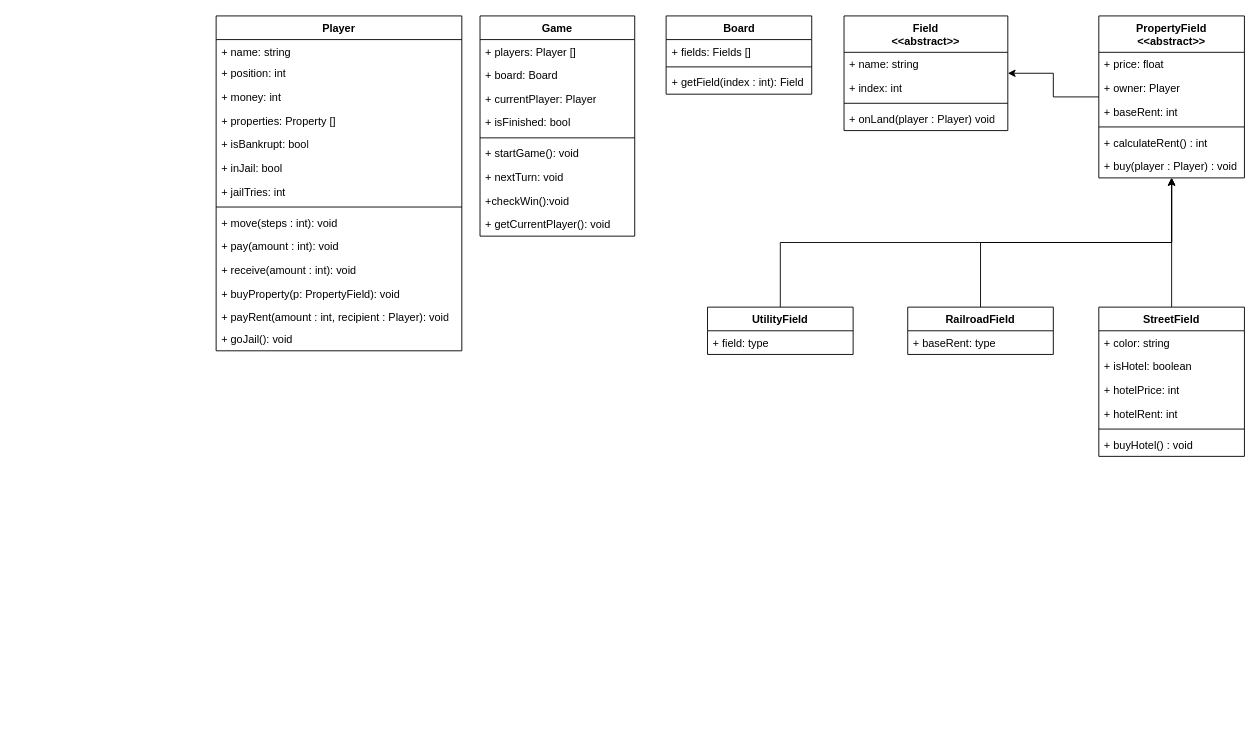
Above: Doku/uml.drawio in TSmajli/Monopoly (draw.io), before the change. Source tidied: cells renumbered, new cells numbered last; positions are measured from the earlier drawing's top-left corner, leaving out a move shared by most shapes. Both pictures are drawn from the tidied source at 91%, with x=0, y=0 at pixel (216, 15).
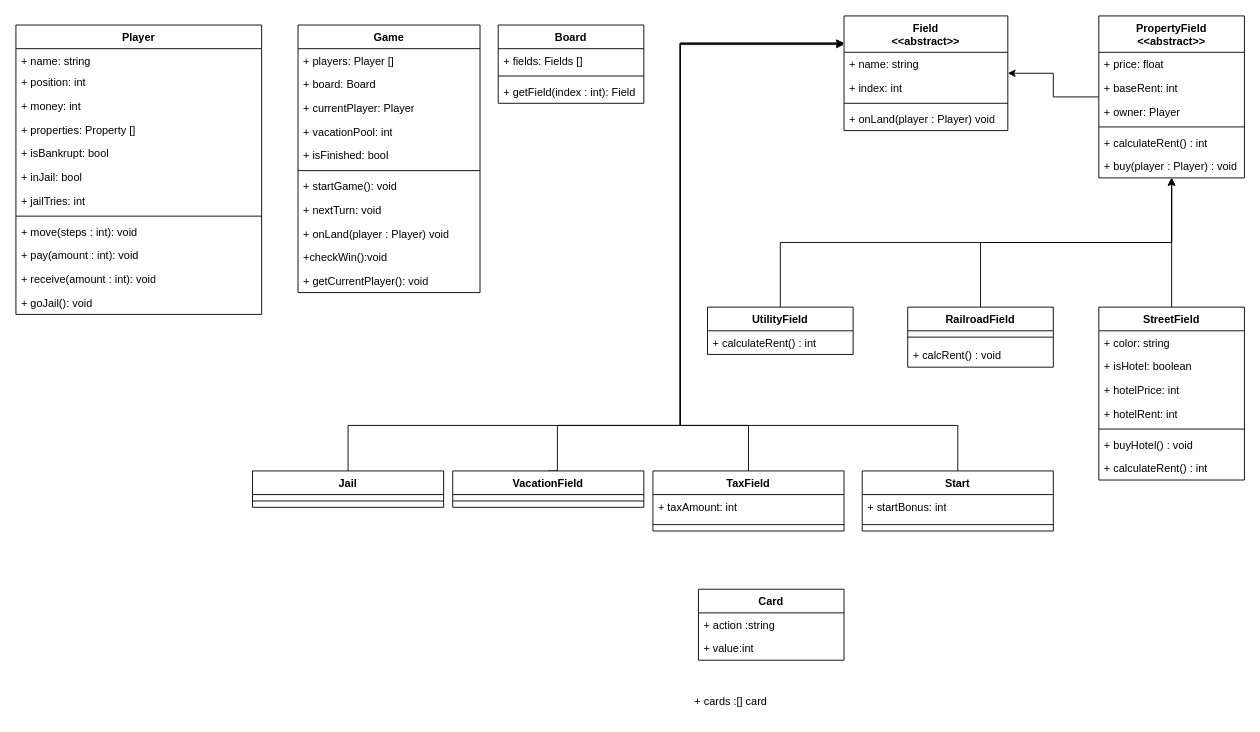
Above is the later version.

The change refers to these unchanged cells:
```xml
<mxCell id="31" value="Field&lt;div&gt;&amp;lt;&amp;lt;abstract&amp;gt;&amp;gt;&lt;/div&gt;" style="swimlane;fontStyle=1;align=center;verticalAlign=top;horizontal=1;startSize=40;whiteSpace=wrap;html=1;" parent="1" vertex="1">
  <mxGeometry x="690" width="180" height="126" as="geometry" />
</mxCell>
<mxCell id="37" value="PropertyField&lt;div&gt;&amp;lt;&amp;lt;abstract&amp;gt;&amp;gt;&lt;/div&gt;" style="swimlane;fontStyle=1;align=center;verticalAlign=top;horizontal=1;startSize=40;whiteSpace=wrap;html=1;" parent="1" vertex="1">
  <mxGeometry x="970" width="160" height="178" as="geometry" />
</mxCell>
<mxCell id="56" value="UtilityField" style="swimlane;fontStyle=1;align=center;verticalAlign=top;horizontal=1;startSize=26;whiteSpace=wrap;html=1;" parent="1" vertex="1">
  <mxGeometry x="540" y="320" width="160" height="52" as="geometry" />
</mxCell>
```

Change to the diagram source:
```diff
@@
     <mxCell id="2" value="Player" style="swimlane;fontStyle=1;align=center;verticalAlign=top;horizontal=1;startSize=26;whiteSpace=wrap;html=1;" parent="1" vertex="1">
-      <mxGeometry width="270" height="368" as="geometry" />
+      <mxGeometry x="-220" y="10" width="270" height="318" as="geometry" />
     </mxCell>
@@
-    <mxCell id="14" value="+ buyProperty(p: PropertyField): void" style="text;strokeColor=none;fillColor=none;align=left;verticalAlign=top;spacingLeft=4;spacingRight=4;overflow=hidden;whiteSpace=wrap;html=1;" parent="2" vertex="1">
-      <mxGeometry y="292" width="270" height="26" as="geometry" />
-    </mxCell>
-    <mxCell id="15" value="+ payRent(amount : int, recipient : Player): void" style="text;strokeColor=none;fillColor=none;align=left;verticalAlign=top;spacingLeft=4;spacingRight=4;overflow=hidden;whiteSpace=wrap;html=1;" parent="2" vertex="1">
-      <mxGeometry y="318" width="270" height="24" as="geometry" />
-    </mxCell>
     <mxCell id="16" value="+ goJail(): void" style="text;strokeColor=none;fillColor=none;align=left;verticalAlign=top;spacingLeft=4;spacingRight=4;overflow=hidden;whiteSpace=wrap;html=1;" parent="2" vertex="1">
-      <mxGeometry y="342" width="270" height="26" as="geometry" />
+      <mxGeometry y="292" width="270" height="26" as="geometry" />
     </mxCell>
     <mxCell id="17" value="Game" style="swimlane;fontStyle=1;align=center;verticalAlign=top;horizontal=1;startSize=26;whiteSpace=wrap;html=1;" parent="1" vertex="1">
-      <mxGeometry x="290" width="170" height="242" as="geometry" />
+      <mxGeometry x="90" y="10" width="200" height="294" as="geometry" />
     </mxCell>
     <mxCell id="18" value="+ players: Player []" style="text;strokeColor=none;fillColor=none;align=left;verticalAlign=top;spacingLeft=4;spacingRight=4;overflow=hidden;whiteSpace=wrap;html=1;" parent="17" vertex="1">
-      <mxGeometry y="26" width="170" height="26" as="geometry" />
+      <mxGeometry y="26" width="200" height="26" as="geometry" />
     </mxCell>
     <mxCell id="19" value="+ board: Board" style="text;strokeColor=none;fillColor=none;align=left;verticalAlign=top;spacingLeft=4;spacingRight=4;overflow=hidden;whiteSpace=wrap;html=1;" parent="17" vertex="1">
-      <mxGeometry y="52" width="170" height="26" as="geometry" />
+      <mxGeometry y="52" width="200" height="26" as="geometry" />
     </mxCell>
     <mxCell id="20" value="+ currentPlayer: Player" style="text;strokeColor=none;fillColor=none;align=left;verticalAlign=top;spacingLeft=4;spacingRight=4;overflow=hidden;whiteSpace=wrap;html=1;" parent="17" vertex="1">
-      <mxGeometry y="78" width="170" height="26" as="geometry" />
+      <mxGeometry y="78" width="200" height="26" as="geometry" />
     </mxCell>
+    <mxCell id="58" value="+ vacationPool: int" style="text;strokeColor=none;fillColor=none;align=left;verticalAlign=top;spacingLeft=4;spacingRight=4;overflow=hidden;whiteSpace=wrap;html=1;" parent="17" vertex="1">
+      <mxGeometry y="104" width="200" height="26" as="geometry" />
+    </mxCell>
     <mxCell id="21" value="+ isFinished: bool" style="text;strokeColor=none;fillColor=none;align=left;verticalAlign=top;spacingLeft=4;spacingRight=4;overflow=hidden;whiteSpace=wrap;html=1;" parent="17" vertex="1">
-      <mxGeometry y="104" width="170" height="26" as="geometry" />
+      <mxGeometry y="130" width="200" height="26" as="geometry" />
     </mxCell>
     <mxCell id="22" style="line;strokeWidth=1;fillColor=none;align=left;verticalAlign=middle;spacingTop=-1;spacingLeft=3;spacingRight=3;labelPosition=right;strokeColor=inherit;" parent="17" vertex="1">
-      <mxGeometry y="130" width="170" height="8" as="geometry" />
+      <mxGeometry y="156" width="200" height="8" as="geometry" />
     </mxCell>
     <mxCell id="23" value="+ startGame(): void" style="text;strokeColor=none;fillColor=none;align=left;verticalAlign=top;spacingLeft=4;spacingRight=4;overflow=hidden;whiteSpace=wrap;html=1;" parent="17" vertex="1">
-      <mxGeometry y="138" width="170" height="26" as="geometry" />
+      <mxGeometry y="164" width="200" height="26" as="geometry" />
     </mxCell>
     <mxCell id="24" value="+ nextTurn: void" style="text;strokeColor=none;fillColor=none;align=left;verticalAlign=top;spacingLeft=4;spacingRight=4;overflow=hidden;whiteSpace=wrap;html=1;" parent="17" vertex="1">
-      <mxGeometry y="164" width="170" height="26" as="geometry" />
+      <mxGeometry y="190" width="200" height="26" as="geometry" />
     </mxCell>
+    <mxCell id="35" value="+ onLand(player : Player) void" style="text;strokeColor=none;fillColor=none;align=left;verticalAlign=top;spacingLeft=4;spacingRight=4;overflow=hidden;whiteSpace=wrap;html=1;" parent="17" vertex="1">
+      <mxGeometry y="216" width="200" height="26" as="geometry" />
+    </mxCell>
     <mxCell id="25" value="+checkWin():void&lt;span style=&quot;white-space: pre;&quot;&gt;&#9;&lt;/span&gt;" style="text;strokeColor=none;fillColor=none;align=left;verticalAlign=top;spacingLeft=4;spacingRight=4;overflow=hidden;whiteSpace=wrap;html=1;" parent="17" vertex="1">
-      <mxGeometry y="190" width="170" height="26" as="geometry" />
+      <mxGeometry y="242" width="200" height="26" as="geometry" />
     </mxCell>
     <mxCell id="26" value="+ getCurrentPlayer(): void" style="text;strokeColor=none;fillColor=none;align=left;verticalAlign=top;spacingLeft=4;spacingRight=4;overflow=hidden;whiteSpace=wrap;html=1;" parent="17" vertex="1">
-      <mxGeometry y="216" width="170" height="26" as="geometry" />
+      <mxGeometry y="268" width="200" height="26" as="geometry" />
     </mxCell>
     <mxCell id="27" value="Board" style="swimlane;fontStyle=1;align=center;verticalAlign=top;horizontal=1;startSize=26;whiteSpace=wrap;html=1;" parent="1" vertex="1">
-      <mxGeometry x="494.5" width="160" height="86" as="geometry" />
+      <mxGeometry x="310" y="10" width="160" height="86" as="geometry" />
     </mxCell>
@@
-    <mxCell id="35" value="+ onLand(player : Player) void" style="text;strokeColor=none;fillColor=none;align=left;verticalAlign=top;spacingLeft=4;spacingRight=4;overflow=hidden;whiteSpace=wrap;html=1;" parent="31" vertex="1">
-      <mxGeometry y="100" width="180" height="26" as="geometry" />
-    </mxCell>
+    <mxCell id="59" value="+ onLand(player : Player) void" style="text;strokeColor=none;fillColor=none;align=left;verticalAlign=top;spacingLeft=4;spacingRight=4;overflow=hidden;whiteSpace=wrap;html=1;" parent="31" vertex="1">
+      <mxGeometry y="100" width="180" height="26" as="geometry" />
+    </mxCell>
@@
+    <mxCell id="54" value="+ baseRent: int&lt;div&gt;&lt;br&gt;&lt;/div&gt;" style="text;strokeColor=none;fillColor=none;align=left;verticalAlign=top;spacingLeft=4;spacingRight=4;overflow=hidden;whiteSpace=wrap;html=1;" parent="37" vertex="1">
+      <mxGeometry y="66" width="160" height="26" as="geometry" />
+    </mxCell>
     <mxCell id="39" value="+ owner: Player" style="text;strokeColor=none;fillColor=none;align=left;verticalAlign=top;spacingLeft=4;spacingRight=4;overflow=hidden;whiteSpace=wrap;html=1;" parent="37" vertex="1">
-      <mxGeometry y="66" width="160" height="26" as="geometry" />
+      <mxGeometry y="92" width="160" height="26" as="geometry" />
     </mxCell>
-    <mxCell id="40" value="+ baseRent: int" style="text;strokeColor=none;fillColor=none;align=left;verticalAlign=top;spacingLeft=4;spacingRight=4;overflow=hidden;whiteSpace=wrap;html=1;" parent="37" vertex="1">
-      <mxGeometry y="92" width="160" height="26" as="geometry" />
-    </mxCell>
@@
     <mxCell id="45" value="StreetF&lt;span style=&quot;background-color: transparent; color: light-dark(rgb(0, 0, 0), rgb(255, 255, 255));&quot;&gt;ield&lt;/span&gt;" style="swimlane;fontStyle=1;align=center;verticalAlign=top;horizontal=1;startSize=26;whiteSpace=wrap;html=1;" parent="1" vertex="1">
-      <mxGeometry x="970" y="320" width="160" height="164" as="geometry" />
+      <mxGeometry x="970" y="320" width="160" height="190" as="geometry" />
     </mxCell>
@@
+    <mxCell id="60" value="+ calculateRent() : int" style="text;strokeColor=none;fillColor=none;align=left;verticalAlign=top;spacingLeft=4;spacingRight=4;overflow=hidden;whiteSpace=wrap;html=1;" parent="45" vertex="1">
+      <mxGeometry y="164" width="160" height="26" as="geometry" />
+    </mxCell>
@@
     <mxCell id="53" value="RailroadField" style="swimlane;fontStyle=1;align=center;verticalAlign=top;horizontal=1;startSize=26;whiteSpace=wrap;html=1;" parent="1" vertex="1">
-      <mxGeometry x="760" y="320" width="160" height="52" as="geometry" />
+      <mxGeometry x="760" y="320" width="160" height="66" as="geometry" />
     </mxCell>
-    <mxCell id="54" value="+ baseRent: type" style="text;strokeColor=none;fillColor=none;align=left;verticalAlign=top;spacingLeft=4;spacingRight=4;overflow=hidden;whiteSpace=wrap;html=1;" parent="53" vertex="1">
-      <mxGeometry y="26" width="160" height="26" as="geometry" />
-    </mxCell>
+    <mxCell id="61" style="line;strokeWidth=1;fillColor=none;align=left;verticalAlign=middle;spacingTop=-1;spacingLeft=3;spacingRight=3;labelPosition=right;strokeColor=inherit;" parent="53" vertex="1">
+      <mxGeometry y="26" width="160" height="14" as="geometry" />
+    </mxCell>
+    <mxCell id="62" value="+ calcRent() : void" style="text;strokeColor=none;fillColor=none;align=left;verticalAlign=top;spacingLeft=4;spacingRight=4;overflow=hidden;whiteSpace=wrap;html=1;" parent="53" vertex="1">
+      <mxGeometry y="40" width="160" height="26" as="geometry" />
+    </mxCell>
@@
+    <mxCell id="63" value="+ calculateRent() : int" style="text;strokeColor=none;fillColor=none;align=left;verticalAlign=top;spacingLeft=4;spacingRight=4;overflow=hidden;whiteSpace=wrap;html=1;" parent="56" vertex="1">
+      <mxGeometry y="26" width="160" height="26" as="geometry" />
+    </mxCell>
+    <mxCell id="64" value="Card" style="swimlane;fontStyle=1;align=center;verticalAlign=top;horizontal=1;startSize=26;whiteSpace=wrap;html=1;" parent="1" vertex="1">
+      <mxGeometry x="530" y="630" width="160" height="78" as="geometry" />
+    </mxCell>
+    <mxCell id="65" value="+ action :string&lt;div&gt;&lt;br&gt;&lt;/div&gt;" style="text;strokeColor=none;fillColor=none;align=left;verticalAlign=top;spacingLeft=4;spacingRight=4;overflow=hidden;whiteSpace=wrap;html=1;" parent="64" vertex="1">
+      <mxGeometry y="26" width="160" height="26" as="geometry" />
+    </mxCell>
+    <mxCell id="66" value="+ value:int&lt;div&gt;&lt;br&gt;&lt;/div&gt;" style="text;strokeColor=none;fillColor=none;align=left;verticalAlign=top;spacingLeft=4;spacingRight=4;overflow=hidden;whiteSpace=wrap;html=1;" parent="64" vertex="1">
+      <mxGeometry y="52" width="160" height="26" as="geometry" />
+    </mxCell>
+    <mxCell id="67" style="edgeStyle=orthogonalEdgeStyle;rounded=0;jettySize=auto;html=1;exitX=0.5;exitY=0;exitDx=0;exitDy=0;entryX=0;entryY=0.25;entryDx=0;entryDy=0;" parent="1" edge="1" source="68" target="31">
+      <mxGeometry relative="1" as="geometry">
+        <Array as="points">
+          <mxPoint x="375" y="450" />
+          <mxPoint x="510" y="450" />
+          <mxPoint x="510" y="32" />
+        </Array>
+      </mxGeometry>
+    </mxCell>
+    <mxCell id="68" value="VacationField" style="swimlane;fontStyle=1;align=center;verticalAlign=top;horizontal=1;startSize=26;whiteSpace=wrap;html=1;" parent="1" vertex="1">
+      <mxGeometry x="260" y="500" width="210" height="40" as="geometry" />
+    </mxCell>
+    <mxCell id="69" style="line;strokeWidth=1;fillColor=none;align=left;verticalAlign=middle;spacingTop=-1;spacingLeft=3;spacingRight=3;labelPosition=right;strokeColor=inherit;" parent="68" vertex="1">
+      <mxGeometry y="26" width="210" height="14" as="geometry" />
+    </mxCell>
-    <mxCell id="57" value="+ field: type" style="text;strokeColor=none;fillColor=none;align=left;verticalAlign=top;spacingLeft=4;spacingRight=4;overflow=hidden;whiteSpace=wrap;html=1;" parent="56" vertex="1">
-      <mxGeometry y="26" width="160" height="26" as="geometry" />
+    <mxCell id="57" value="+ cards :[] card" style="text;strokeColor=none;fillColor=none;align=left;verticalAlign=top;spacingLeft=4;spacingRight=4;overflow=hidden;whiteSpace=wrap;html=1;" parent="1" vertex="1">
+      <mxGeometry x="520" y="740" width="160" height="26" as="geometry" />
     </mxCell>
+    <mxCell id="70" style="edgeStyle=orthogonalEdgeStyle;rounded=0;jettySize=auto;html=1;exitX=0.5;exitY=0;exitDx=0;exitDy=0;" parent="1" edge="1" source="71">
+      <mxGeometry relative="1" as="geometry">
+        <mxPoint x="690" y="30" as="targetPoint" />
+        <Array as="points">
+          <mxPoint x="585" y="450" />
+          <mxPoint x="510" y="450" />
+          <mxPoint x="510" y="30" />
+        </Array>
+      </mxGeometry>
+    </mxCell>
+    <mxCell id="71" value="TaxField" style="swimlane;fontStyle=1;align=center;verticalAlign=top;horizontal=1;startSize=26;whiteSpace=wrap;html=1;" parent="1" vertex="1">
+      <mxGeometry x="480" y="500" width="210" height="66" as="geometry" />
+    </mxCell>
+    <mxCell id="72" value="+ taxAmount: int" style="text;strokeColor=none;fillColor=none;align=left;verticalAlign=top;spacingLeft=4;spacingRight=4;overflow=hidden;whiteSpace=wrap;html=1;" parent="71" vertex="1">
+      <mxGeometry y="26" width="210" height="26" as="geometry" />
+    </mxCell>
+    <mxCell id="73" style="line;strokeWidth=1;fillColor=none;align=left;verticalAlign=middle;spacingTop=-1;spacingLeft=3;spacingRight=3;labelPosition=right;strokeColor=inherit;" parent="71" vertex="1">
+      <mxGeometry y="52" width="210" height="14" as="geometry" />
+    </mxCell>
+    <mxCell id="74" style="edgeStyle=orthogonalEdgeStyle;rounded=0;jettySize=auto;html=1;exitX=0.5;exitY=0;exitDx=0;exitDy=0;" parent="1" edge="1" source="75">
+      <mxGeometry relative="1" as="geometry">
+        <mxPoint x="690" y="30" as="targetPoint" />
+        <Array as="points">
+          <mxPoint x="145" y="450" />
+          <mxPoint x="510" y="450" />
+          <mxPoint x="510" y="30" />
+        </Array>
+      </mxGeometry>
+    </mxCell>
+    <mxCell id="75" value="Jail" style="swimlane;fontStyle=1;align=center;verticalAlign=top;horizontal=1;startSize=26;whiteSpace=wrap;html=1;" parent="1" vertex="1">
+      <mxGeometry x="40" y="500" width="210" height="40" as="geometry" />
+    </mxCell>
+    <mxCell id="76" style="line;strokeWidth=1;fillColor=none;align=left;verticalAlign=middle;spacingTop=-1;spacingLeft=3;spacingRight=3;labelPosition=right;strokeColor=inherit;" parent="75" vertex="1">
+      <mxGeometry y="26" width="210" height="14" as="geometry" />
+    </mxCell>
+    <mxCell id="77" style="edgeStyle=orthogonalEdgeStyle;rounded=0;jettySize=auto;html=1;exitX=0.5;exitY=0;exitDx=0;exitDy=0;" parent="1" edge="1" source="78">
+      <mxGeometry relative="1" as="geometry">
+        <mxPoint x="690" y="30" as="targetPoint" />
+        <Array as="points">
+          <mxPoint x="815" y="450" />
+          <mxPoint x="510" y="450" />
+          <mxPoint x="510" y="30" />
+        </Array>
+      </mxGeometry>
+    </mxCell>
+    <mxCell id="78" value="Start" style="swimlane;fontStyle=1;align=center;verticalAlign=top;horizontal=1;startSize=26;whiteSpace=wrap;html=1;" parent="1" vertex="1">
+      <mxGeometry x="710" y="500" width="210" height="66" as="geometry" />
+    </mxCell>
+    <mxCell id="79" value="+ startBonus: int" style="text;strokeColor=none;fillColor=none;align=left;verticalAlign=top;spacingLeft=4;spacingRight=4;overflow=hidden;whiteSpace=wrap;html=1;" parent="78" vertex="1">
+      <mxGeometry y="26" width="210" height="26" as="geometry" />
+    </mxCell>
+    <mxCell id="80" style="line;strokeWidth=1;fillColor=none;align=left;verticalAlign=middle;spacingTop=-1;spacingLeft=3;spacingRight=3;labelPosition=right;strokeColor=inherit;" parent="78" vertex="1">
+      <mxGeometry y="52" width="210" height="14" as="geometry" />
+    </mxCell>
```
